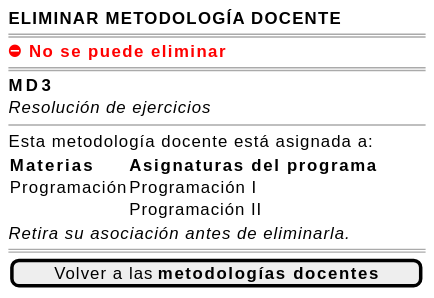
The PlantUML diagram images/RUP/01-requisitos/03-detalle-casos-uso/eliminarMetodologiaDocente/wireframe-bloqueada.svg in mmasias/pyCeldaPublico, before a commit. Its diagram source:
```plantuml
@startsalt eliminarMetodologiaDocente-wireframe-bloqueada
{
    <b>ELIMINAR METODOLOGÍA DOCENTE</b>
    ====
    <color:red><b>⛔ No se puede eliminar</b></color>
    ====
    <b>MD3</b>
    <i>Resolución de ejercicios</i>
    --
    Esta metodología docente está asignada a:
    {
        <b>Materias</b> | <b>Asignaturas del programa</b>
        Programación | Programación I
        . | Programación II
    }
    <i>Retira su asociación antes de eliminarla.</i>
    ====
    [ Volver a las <b>metodologías docentes</b> ]
}
@endsalt
```
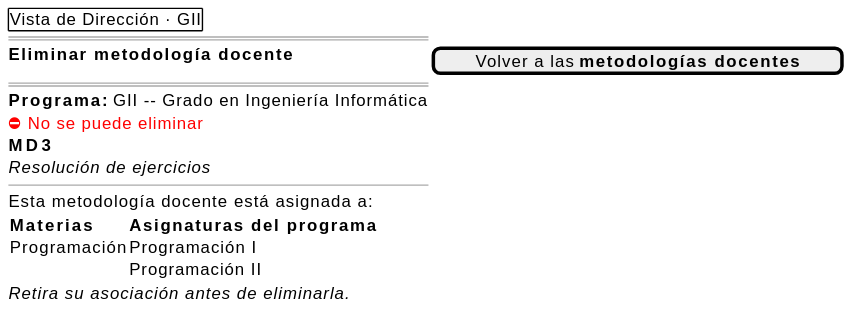
After the commit.

What changed in the source:
```diff
@@ -1,9 +1,11 @@
 @startsalt eliminarMetodologiaDocente-wireframe-bloqueada
 {
-    <b>ELIMINAR METODOLOGÍA DOCENTE</b>
+    {+ Vista de Dirección · GII }
     ====
-    <color:red><b>⛔ No se puede eliminar</b></color>
+    <b>Eliminar metodología docente</b> | [ Volver a las <b>metodologías docentes</b> ]
     ====
+    <b>Programa:</b> GII -- Grado en Ingeniería Informática
+    <color:red>⛔ No se puede eliminar</color>
     <b>MD3</b>
     <i>Resolución de ejercicios</i>
     --
@@ -14,7 +16,5 @@
         . | Programación II
     }
     <i>Retira su asociación antes de eliminarla.</i>
-    ====
-    [ Volver a las <b>metodologías docentes</b> ]
 }
 @endsalt
```
